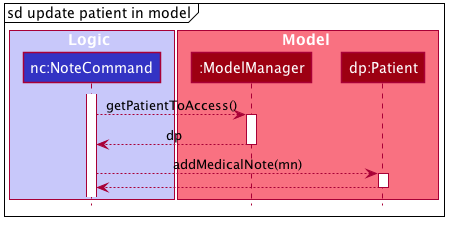
Above: docs/images/NoteSequenceDiagramSDUpdatePatientInModel.png in wang-jun-hao/tp (PlantUML), before the change.
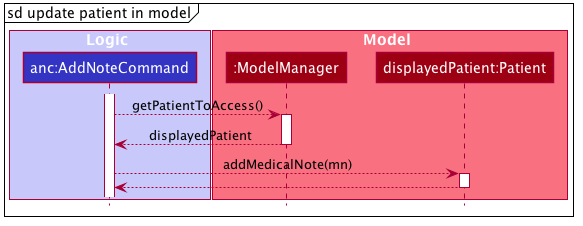
The same file after the commit.

Commit message:
Update DG from note command to addnote command

What changed in the source:
```diff
@@ -51,26 +51,26 @@
 mainframe sd update patient in model
 
 box Logic #C8C8FA
-participant "nc:NoteCommand" as NoteCommand #3333C4
+participant "anc:AddNoteCommand" as AddNoteCommand #3333C4
 end box
 
 box Model #F97181
 participant ":ModelManager" as ModelManager #9D0012
-participant "dp:Patient" as Patient #9D0012
+participant "displayedPatient:Patient" as Patient #9D0012
 end box
 
-activate NoteCommand
+activate AddNoteCommand
 
-NoteCommand --> ModelManager : getPatientToAccess()
+AddNoteCommand --> ModelManager : getPatientToAccess()
 activate ModelManager
 
-ModelManager --> NoteCommand : dp
+ModelManager --> AddNoteCommand : displayedPatient
 deactivate ModelManager
 
-NoteCommand --> Patient : addMedicalNote(mn)
+AddNoteCommand --> Patient : addMedicalNote(mn)
 activate Patient
 
-Patient --> NoteCommand
+Patient --> AddNoteCommand
 deactivate Patient
 
 @enduml
```
